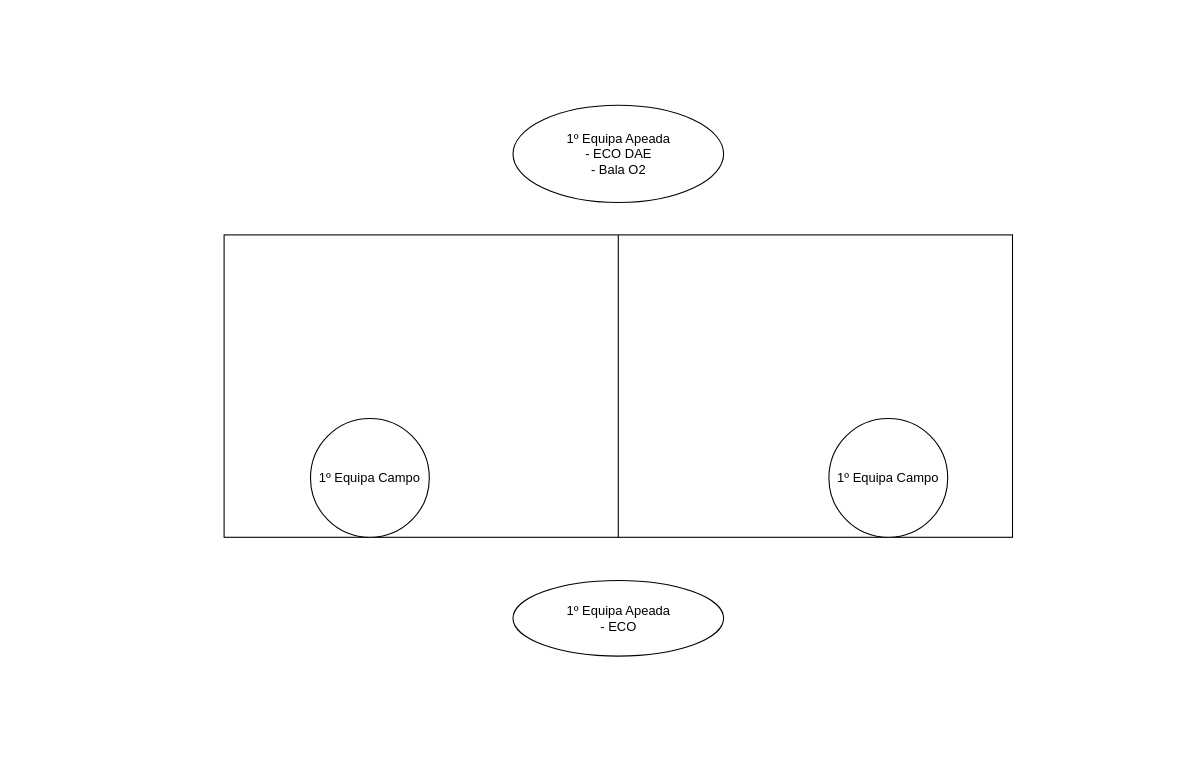
This is Diagrama sem nome.drawio from joaoabreu1/flowcharts, a draw.io file, before an edit. Source tidied: cells renumbered, new cells numbered last; positions are measured from the earlier drawing's top-left corner, leaving out a move shared by most shapes. Both pictures are drawn from the tidied source at 108%, with x=0, y=0 at pixel (224, 105).
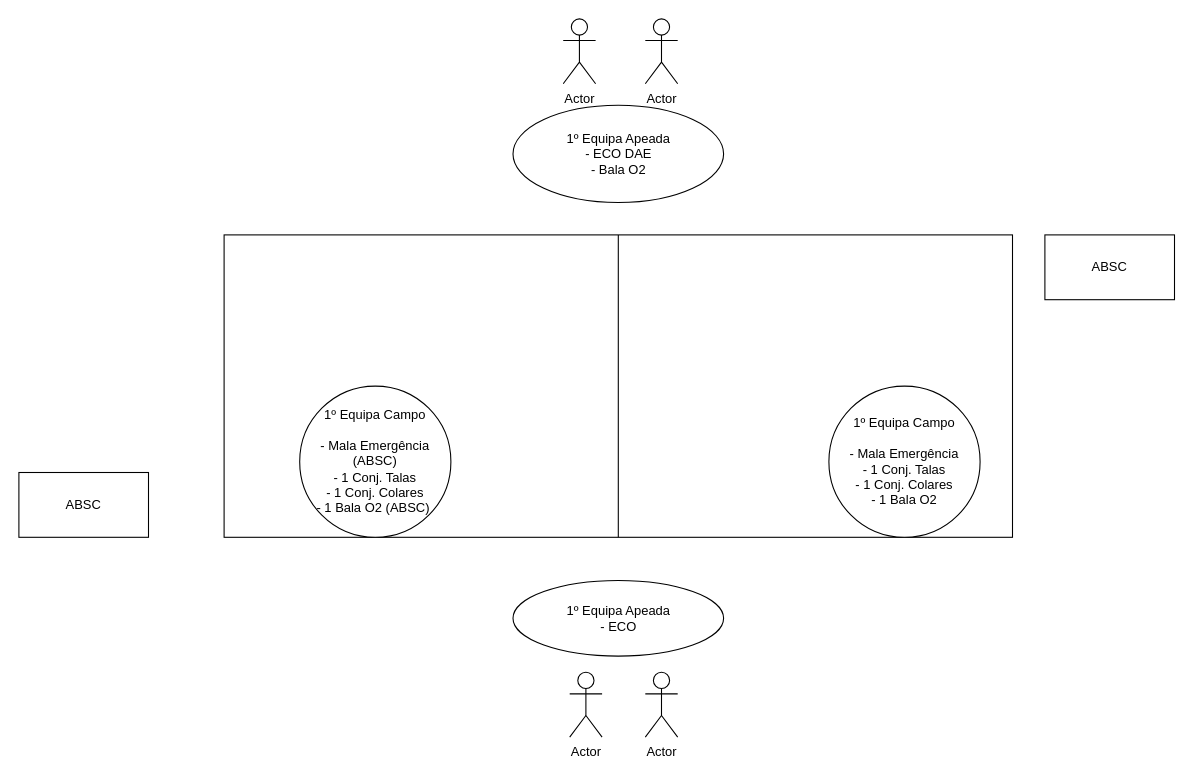
The same diagram, later.

Commit message:
Atualizar apoio maritimo 2

The edit, as a diff of the source:
```diff
@@
 <mxGraphModel>
   <root>
     <mxCell id="0" />
     <mxCell id="1" parent="0" />
     <mxCell id="2" style="rounded=0;whiteSpace=wrap;html=1;" parent="1" vertex="1">
       <mxGeometry y="120" width="730" height="280" as="geometry" />
     </mxCell>
     <mxCell id="3" value="1º Equipa Apeada&lt;div&gt;- ECO DAE&lt;/div&gt;&lt;div&gt;- Bala O2&lt;/div&gt;" style="ellipse;whiteSpace=wrap;html=1;" parent="1" vertex="1">
       <mxGeometry x="267.5" width="195" height="90" as="geometry" />
     </mxCell>
     <mxCell id="4" value="1º Equipa Apeada&lt;div&gt;- ECO&lt;/div&gt;" style="ellipse;whiteSpace=wrap;html=1;" parent="1" vertex="1">
       <mxGeometry x="267.5" y="440" width="195" height="70" as="geometry" />
     </mxCell>
-    <mxCell id="5" value="1º Equipa Campo" style="ellipse;whiteSpace=wrap;html=1;" parent="1" vertex="1">
-      <mxGeometry x="80" y="290" width="110" height="110" as="geometry" />
-    </mxCell>
     <mxCell id="6" style="endArrow=none;html=1;rounded=0;entryX=0.5;entryY=0;entryDx=0;entryDy=0;exitX=0.5;exitY=1;exitDx=0;exitDy=0;" parent="1" edge="1" source="2" target="2">
       <mxGeometry relative="1" as="geometry" />
     </mxCell>
-    <mxCell id="7" value="1º Equipa Campo" style="ellipse;whiteSpace=wrap;html=1;" parent="1" vertex="1">
-      <mxGeometry x="560" y="290" width="110" height="110" as="geometry" />
+    <mxCell id="7" value="1º Equipa Campo&lt;div&gt;&lt;br&gt;&lt;/div&gt;&lt;div&gt;- Mala Emergência&lt;/div&gt;&lt;div&gt;- 1 Conj. Talas&lt;/div&gt;&lt;div&gt;- 1 Conj. Colares&lt;/div&gt;&lt;div&gt;- 1 Bala O2&lt;/div&gt;" style="ellipse;whiteSpace=wrap;html=1;" parent="1" vertex="1">
+      <mxGeometry x="560" y="260" width="140" height="140" as="geometry" />
     </mxCell>
+    <mxCell id="8" value="Actor" style="shape=umlActor;verticalLabelPosition=bottom;verticalAlign=top;html=1;" parent="1" vertex="1">
+      <mxGeometry x="314" y="-80" width="30" height="60" as="geometry" />
+    </mxCell>
+    <mxCell id="9" value="Actor" style="shape=umlActor;verticalLabelPosition=bottom;verticalAlign=top;html=1;" parent="1" vertex="1">
+      <mxGeometry x="390" y="-80" width="30" height="60" as="geometry" />
+    </mxCell>
+    <mxCell id="10" value="Actor" style="shape=umlActor;verticalLabelPosition=bottom;verticalAlign=top;html=1;" parent="1" vertex="1">
+      <mxGeometry x="320" y="525" width="30" height="60" as="geometry" />
+    </mxCell>
+    <mxCell id="11" value="Actor" style="shape=umlActor;verticalLabelPosition=bottom;verticalAlign=top;html=1;" parent="1" vertex="1">
+      <mxGeometry x="390" y="525" width="30" height="60" as="geometry" />
+    </mxCell>
+    <mxCell id="12" value="ABSC" style="rounded=0;whiteSpace=wrap;html=1;" parent="1" vertex="1">
+      <mxGeometry x="-190" y="340" width="120" height="60" as="geometry" />
+    </mxCell>
+    <mxCell id="13" value="ABSC" style="rounded=0;whiteSpace=wrap;html=1;" parent="1" vertex="1">
+      <mxGeometry x="760" y="120" width="120" height="60" as="geometry" />
+    </mxCell>
+    <mxCell id="14" value="1º Equipa Campo&lt;div&gt;&lt;br&gt;&lt;/div&gt;&lt;div&gt;- Mala Emergência (ABSC)&lt;/div&gt;&lt;div&gt;- 1 Conj. Talas&lt;/div&gt;&lt;div&gt;- 1 Conj. Colares&lt;/div&gt;&lt;div&gt;- 1 Bala O2 (ABSC)&amp;nbsp;&lt;/div&gt;" style="ellipse;whiteSpace=wrap;html=1;" parent="1" vertex="1">
+      <mxGeometry x="70" y="260" width="140" height="140" as="geometry" />
+    </mxCell>
   </root>
 </mxGraphModel>
```
